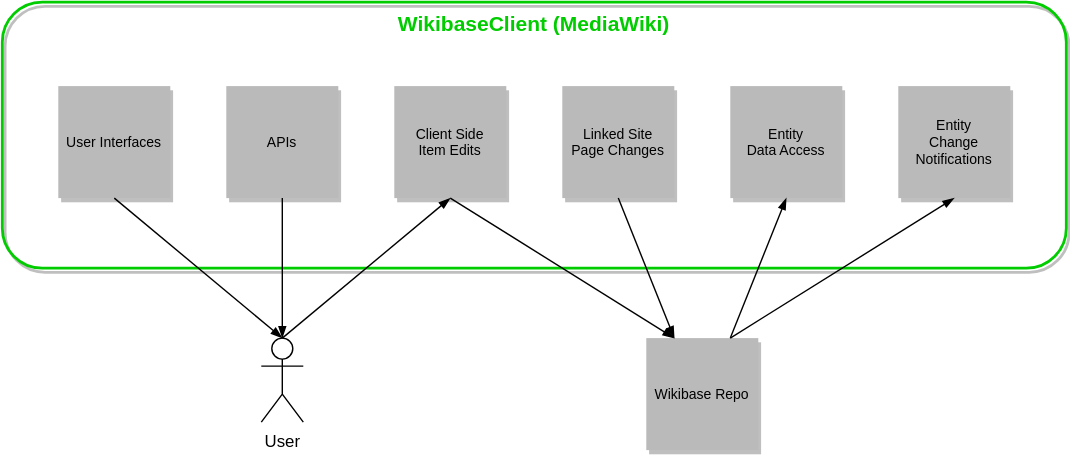
The draw.io diagram systems/WikibaseClient/diagrams/05-building-blocks.drawio.svg in wmde/wikidata-wikibase-architecture, before a commit. Source tidied: cells renumbered, new cells last; positions are measured from the earlier drawing's top-left corner, leaving out a move shared by most shapes.
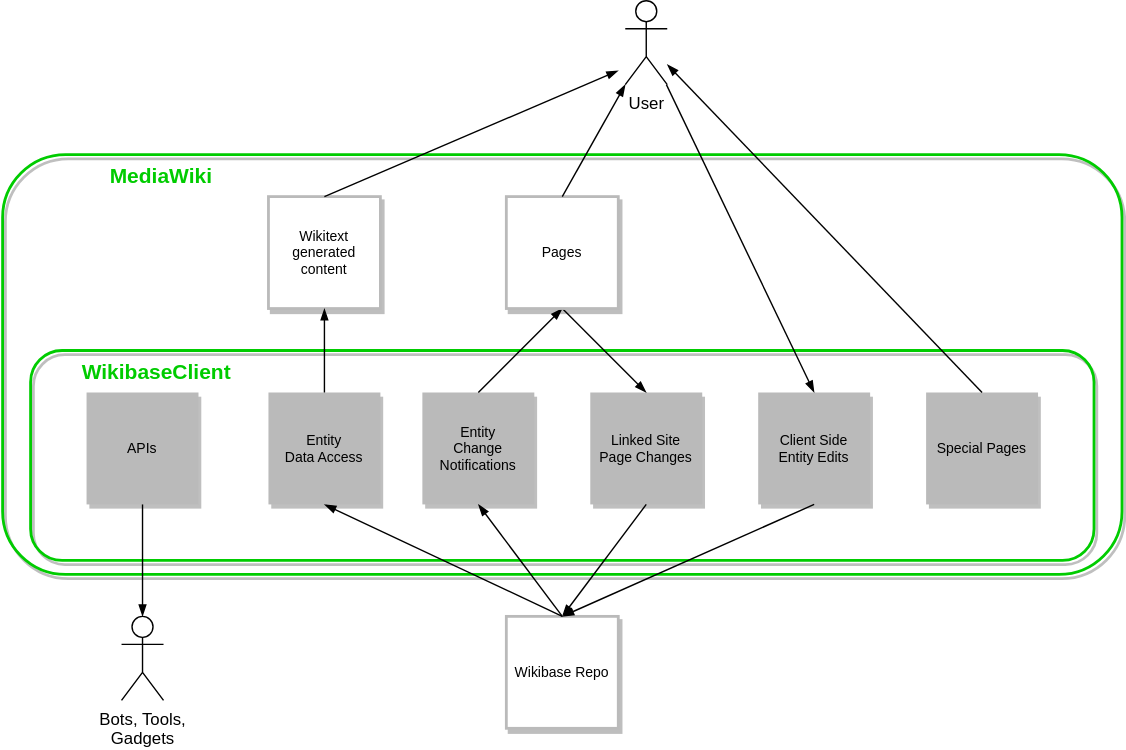
Later version of the same file.

Commit message:
Split up User Interfaces building block

Change to the diagram source:
```diff
@@ -2,53 +2,82 @@
   <root>
     <mxCell id="0" />
     <mxCell id="1" parent="0" />
+    <mxCell id="18" value="MediaWiki" style="rounded=1;shadow=1;fontSize=15;fillColor=none;strokeColor=#00CC00;strokeWidth=2;fontColor=#00CC00;fontStyle=1;labelBorderColor=none;labelBackgroundColor=none;horizontal=1;verticalAlign=top;spacingRight=0;spacingLeft=75;align=left;" parent="1" vertex="1">
+      <mxGeometry x="-140" y="-190" width="800" height="300" as="geometry" />
+    </mxCell>
-    <mxCell id="2" value="WikibaseClient (MediaWiki)" style="rounded=1;shadow=1;fontSize=15;fillColor=none;strokeColor=#00CC00;strokeWidth=2;fontColor=#00CC00;fontStyle=1;labelBorderColor=none;labelBackgroundColor=none;horizontal=1;verticalAlign=top;" parent="1" vertex="1">
-      <mxGeometry width="760" height="190" as="geometry" />
+    <mxCell id="2" value="WikibaseClient" style="rounded=1;shadow=1;fontSize=15;fillColor=none;strokeColor=#00CC00;strokeWidth=2;fontColor=#00CC00;fontStyle=1;labelBorderColor=none;labelBackgroundColor=none;horizontal=1;verticalAlign=top;spacingRight=0;spacingLeft=35;align=left;" parent="1" vertex="1">
+      <mxGeometry x="-120" y="-50" width="760" height="150" as="geometry" />
     </mxCell>
-    <mxCell id="3" value="Client Side&#10;Entity Edits" style="rounded=0;shadow=1;fontSize=10;fontColor=#000000;strokeColor=none;direction=west;fillColor=#BABABA;" parent="1" vertex="1">
-      <mxGeometry x="280" y="60" width="80" height="80" as="geometry" />
+    <mxCell id="3" value="Client Side&#10;Entity Edits" style="rounded=0;shadow=1;fontSize=10;fontColor=#000000;strokeColor=none;direction=east;fillColor=#BABABA;" parent="1" vertex="1">
+      <mxGeometry x="400" y="-20" width="80" height="80" as="geometry" />
     </mxCell>
     <mxCell id="4" value="Linked Site&#10;Page Changes" style="rounded=0;shadow=1;fontSize=10;fontColor=#000000;strokeColor=none;direction=west;fillColor=#BABABA;" parent="1" vertex="1">
-      <mxGeometry x="400" y="60" width="80" height="80" as="geometry" />
+      <mxGeometry x="280" y="-20" width="80" height="80" as="geometry" />
     </mxCell>
-    <mxCell id="5" style="endArrow=blockThin;html=1;strokeColor=#000000;fontSize=10;fontColor=#000000;strokeWidth=1;exitX=0.5;exitY=0;exitDx=0;exitDy=0;endFill=1;entryX=0.75;entryY=1;entryDx=0;entryDy=0;" parent="1" edge="1" source="4" target="6">
-      <mxGeometry relative="1" as="geometry" />
+    <mxCell id="5" style="endArrow=blockThin;html=1;strokeColor=#000000;fontSize=10;fontColor=#000000;strokeWidth=1;exitX=0.5;exitY=0;exitDx=0;exitDy=0;endFill=1;entryX=0.5;entryY=1;entryDx=0;entryDy=0;" parent="1" edge="1" source="4" target="6">
+      <mxGeometry x="100" y="50" as="geometry" />
     </mxCell>
-    <mxCell id="6" value="Wikibase Repo" style="rounded=0;shadow=1;fontSize=10;fontColor=#000000;strokeColor=none;direction=west;fillColor=#BABABA;" parent="1" vertex="1">
-      <mxGeometry x="460" y="240" width="80" height="80" as="geometry" />
+    <mxCell id="6" value="Wikibase Repo" style="rounded=0;shadow=1;fontSize=10;fontColor=#000000;direction=west;strokeWidth=2;strokeColor=#BABABA;fillColor=#FFFFFF;" parent="1" vertex="1">
+      <mxGeometry x="220" y="140" width="80" height="80" as="geometry" />
     </mxCell>
-    <mxCell id="7" style="endArrow=blockThin;html=1;strokeColor=#000000;fontSize=10;fontColor=#000000;strokeWidth=1;exitX=0.5;exitY=0;exitDx=0;exitDy=0;endFill=1;entryX=0.75;entryY=1;entryDx=0;entryDy=0;" parent="1" edge="1" source="3" target="6">
-      <mxGeometry relative="1" as="geometry" />
+    <mxCell id="7" style="endArrow=blockThin;html=1;strokeColor=#000000;fontSize=10;fontColor=#000000;strokeWidth=1;exitX=0.5;exitY=1;exitDx=0;exitDy=0;endFill=1;entryX=0.5;entryY=1;entryDx=0;entryDy=0;" parent="1" edge="1" source="3" target="6">
+      <mxGeometry x="100" y="50" as="geometry" />
     </mxCell>
     <mxCell id="8" value="Entity&#10;Data Access" style="rounded=0;shadow=1;fontSize=10;fontColor=#000000;strokeColor=none;direction=west;fillColor=#BABABA;" parent="1" vertex="1">
-      <mxGeometry x="520" y="60" width="80" height="80" as="geometry" />
+      <mxGeometry x="50" y="-20" width="80" height="80" as="geometry" />
     </mxCell>
-    <mxCell id="9" style="endArrow=blockThin;html=1;strokeColor=#000000;fontSize=10;fontColor=#000000;strokeWidth=1;endFill=1;entryX=0.5;entryY=0;entryDx=0;entryDy=0;exitX=0.25;exitY=1;exitDx=0;exitDy=0;" parent="1" edge="1" source="6" target="8">
-      <mxGeometry relative="1" as="geometry" />
+    <mxCell id="9" style="endArrow=blockThin;html=1;strokeColor=#000000;fontSize=10;fontColor=#000000;strokeWidth=1;endFill=1;entryX=0.5;entryY=0;entryDx=0;entryDy=0;exitX=0.5;exitY=1;exitDx=0;exitDy=0;" parent="1" edge="1" source="6" target="8">
+      <mxGeometry x="100" y="50" as="geometry" />
     </mxCell>
     <mxCell id="10" value="Entity&#10;Change&#10;Notifications" style="rounded=0;shadow=1;fontSize=10;fontColor=#000000;strokeColor=none;direction=west;fillColor=#BABABA;" parent="1" vertex="1">
-      <mxGeometry x="640" y="60" width="80" height="80" as="geometry" />
+      <mxGeometry x="160" y="-20" width="80" height="80" as="geometry" />
     </mxCell>
-    <mxCell id="11" style="endArrow=blockThin;html=1;strokeColor=#000000;fontSize=10;fontColor=#000000;strokeWidth=1;endFill=1;entryX=0.5;entryY=0;entryDx=0;entryDy=0;exitX=0.25;exitY=1;exitDx=0;exitDy=0;" parent="1" edge="1" source="6" target="10">
-      <mxGeometry relative="1" as="geometry" />
+    <mxCell id="11" style="endArrow=blockThin;html=1;strokeColor=#000000;fontSize=10;fontColor=#000000;strokeWidth=1;endFill=1;entryX=0.5;entryY=0;entryDx=0;entryDy=0;exitX=0.5;exitY=1;exitDx=0;exitDy=0;" parent="1" edge="1" source="6" target="10">
+      <mxGeometry x="100" y="50" as="geometry" />
     </mxCell>
-    <mxCell id="12" value="User Interfaces" style="rounded=0;shadow=1;fontSize=10;fontColor=#000000;strokeColor=none;direction=west;fillColor=#BABABA;" parent="1" vertex="1">
-      <mxGeometry x="40" y="60" width="80" height="80" as="geometry" />
+    <mxCell id="12" value="Special Pages" style="rounded=0;shadow=1;fontSize=10;fontColor=#000000;strokeColor=none;direction=east;fillColor=#BABABA;" parent="1" vertex="1">
+      <mxGeometry x="520" y="-20" width="80" height="80" as="geometry" />
     </mxCell>
     <mxCell id="13" value="APIs" style="rounded=0;shadow=1;fontSize=10;fontColor=#000000;strokeColor=none;direction=west;fillColor=#BABABA;" parent="1" vertex="1">
-      <mxGeometry x="160" y="60" width="80" height="80" as="geometry" />
+      <mxGeometry x="-80" y="-20" width="80" height="80" as="geometry" />
     </mxCell>
-    <mxCell id="14" value="User" style="shape=umlActor;verticalLabelPosition=bottom;verticalAlign=top;html=1;outlineConnect=0;" parent="1" vertex="1">
-      <mxGeometry x="185" y="240" width="30" height="60" as="geometry" />
+    <mxCell id="14" value="Bots, Tools,&lt;br&gt;Gadgets" style="shape=umlActor;verticalLabelPosition=bottom;verticalAlign=top;html=1;outlineConnect=0;" parent="1" vertex="1">
+      <mxGeometry x="-55" y="140" width="30" height="60" as="geometry" />
     </mxCell>
-    <mxCell id="15" style="endArrow=none;html=1;strokeColor=#000000;fontSize=10;fontColor=#000000;strokeWidth=1;endFill=0;exitX=0.5;exitY=0;exitDx=0;exitDy=0;entryX=0.5;entryY=0;entryDx=0;entryDy=0;exitPerimeter=0;startArrow=blockThin;startFill=1;" parent="1" edge="1" source="14" target="12">
-      <mxGeometry relative="1" as="geometry" />
+    <mxCell id="15" style="endArrow=none;html=1;strokeColor=#000000;fontSize=10;fontColor=#000000;strokeWidth=1;endFill=0;entryX=0.5;entryY=0;entryDx=0;entryDy=0;startArrow=blockThin;startFill=1;" parent="1" edge="1" source="19" target="12">
+      <mxGeometry x="80" y="100" as="geometry" />
     </mxCell>
-    <mxCell id="16" style="endArrow=none;html=1;strokeColor=#000000;fontSize=10;fontColor=#000000;strokeWidth=1;endFill=0;exitX=0.5;exitY=0;exitDx=0;exitDy=0;entryX=0.5;entryY=0;entryDx=0;entryDy=0;exitPerimeter=0;startArrow=blockThin;startFill=1;" parent="1" edge="1" source="14" target="13">
-      <mxGeometry relative="1" as="geometry" />
+    <mxCell id="16" style="endArrow=none;html=1;strokeColor=#000000;fontSize=10;fontColor=#000000;strokeWidth=1;endFill=0;entryX=0.5;entryY=0;entryDx=0;entryDy=0;startArrow=blockThin;startFill=1;exitX=0.5;exitY=0;exitDx=0;exitDy=0;exitPerimeter=0;" parent="1" edge="1" source="14" target="13">
+      <mxGeometry x="140" y="-70" as="geometry" />
     </mxCell>
-    <mxCell id="17" style="endArrow=blockThin;html=1;strokeColor=#000000;fontSize=10;fontColor=#000000;strokeWidth=1;endFill=1;entryX=0.5;entryY=0;entryDx=0;entryDy=0;exitX=0.5;exitY=0;exitDx=0;exitDy=0;exitPerimeter=0;" parent="1" edge="1" source="14" target="3">
-      <mxGeometry relative="1" as="geometry" />
+    <mxCell id="17" style="endArrow=blockThin;html=1;strokeColor=#000000;fontSize=10;fontColor=#000000;strokeWidth=1;endFill=1;entryX=0.5;entryY=0;entryDx=0;entryDy=0;" parent="1" edge="1" source="19" target="3">
+      <mxGeometry x="80" y="100" as="geometry" />
     </mxCell>
+    <mxCell id="19" value="User" style="shape=umlActor;verticalLabelPosition=bottom;verticalAlign=top;html=1;outlineConnect=0;" parent="1" vertex="1">
+      <mxGeometry x="305" y="-300" width="30" height="60" as="geometry" />
+    </mxCell>
+    <mxCell id="20" value="Wikitext&#10;generated&#10; content" style="rounded=0;shadow=1;fontSize=10;fontColor=#000000;direction=south;strokeWidth=2;fillColor=#FFFFFF;strokeColor=#BABABA;" parent="1" vertex="1">
+      <mxGeometry x="50" y="-160" width="80" height="80" as="geometry" />
+    </mxCell>
+    <mxCell id="21" style="endArrow=blockThin;html=1;strokeColor=#000000;fontSize=10;fontColor=#000000;strokeWidth=1;endFill=1;entryX=1;entryY=0.5;entryDx=0;entryDy=0;exitX=0.5;exitY=1;exitDx=0;exitDy=0;" parent="1" edge="1" source="8" target="20">
+      <mxGeometry x="-140" y="110" as="geometry" />
+    </mxCell>
+    <mxCell id="22" style="endArrow=none;html=1;strokeColor=#000000;fontSize=10;fontColor=#000000;strokeWidth=1;endFill=0;entryX=0;entryY=0.5;entryDx=0;entryDy=0;startArrow=blockThin;startFill=1;" parent="1" edge="1" target="20">
+      <mxGeometry x="90" y="110" as="geometry">
+        <mxPoint x="300" y="-250" as="sourcePoint" />
+      </mxGeometry>
+    </mxCell>
+    <mxCell id="23" style="endArrow=blockThin;html=1;strokeColor=#000000;fontSize=10;fontColor=#000000;strokeWidth=1;endFill=1;exitX=0.5;exitY=1;exitDx=0;exitDy=0;entryX=1;entryY=0.5;entryDx=0;entryDy=0;" parent="1" edge="1" source="10" target="25">
+      <mxGeometry x="220" y="120" as="geometry" />
+    </mxCell>
+    <mxCell id="24" style="endArrow=none;html=1;strokeColor=#000000;fontSize=10;fontColor=#000000;strokeWidth=1;endFill=0;entryX=1;entryY=0.5;entryDx=0;entryDy=0;exitX=0.5;exitY=1;exitDx=0;exitDy=0;startArrow=blockThin;startFill=1;" parent="1" edge="1" source="4" target="25">
+      <mxGeometry x="220" y="120" as="geometry" />
+    </mxCell>
+    <mxCell id="25" value="Pages" style="rounded=0;shadow=1;fontSize=10;fontColor=#000000;direction=south;fillColor=#FFFFFF;strokeWidth=2;strokeColor=#BABABA;" parent="1" vertex="1">
+      <mxGeometry x="220" y="-160" width="80" height="80" as="geometry" />
+    </mxCell>
+    <mxCell id="26" style="endArrow=none;html=1;strokeColor=#000000;fontSize=10;fontColor=#000000;strokeWidth=1;endFill=0;entryX=0;entryY=0.5;entryDx=0;entryDy=0;startArrow=blockThin;startFill=1;exitX=0;exitY=1;exitDx=0;exitDy=0;exitPerimeter=0;" parent="1" edge="1" source="19" target="25">
+      <mxGeometry x="100" y="120" as="geometry" />
+    </mxCell>
   </root>
 </mxGraphModel>
```
